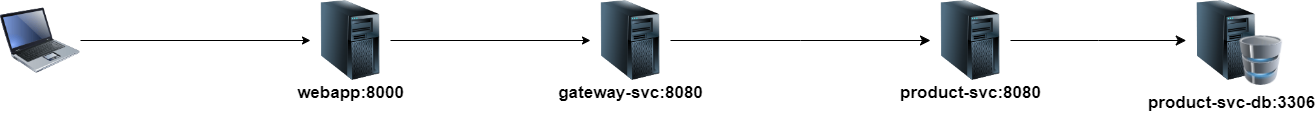
Above: docs/web-architecture-final.png in f3d-shop-microservices/main-repo (draw.io), before the change. Source tidied: cells renumbered, new cells last; positions are measured from the earlier drawing's top-left corner, leaving out a move shared by most shapes. Its diagram source:
```xml
<mxGraphModel>
  <root>
    <mxCell id="0" />
    <mxCell id="1" parent="0" />
    <mxCell id="2" style="edgeStyle=elbowEdgeStyle;elbow=horizontal;endArrow=classic;html=1;curved=0;rounded=0;endSize=8;startSize=8;exitX=1;exitY=0.5;exitDx=0;exitDy=0;entryX=0;entryY=0.5;entryDx=0;entryDy=0;" parent="1" edge="1" source="16" target="13">
      <mxGeometry relative="1" as="geometry" />
    </mxCell>
    <mxCell id="3" style="edgeStyle=elbowEdgeStyle;elbow=horizontal;endArrow=classic;html=1;curved=0;rounded=0;endSize=8;startSize=8;exitX=1;exitY=0.5;exitDx=0;exitDy=0;entryX=0;entryY=0.5;entryDx=0;entryDy=0;" parent="1" edge="1" source="13" target="8">
      <mxGeometry relative="1" as="geometry" />
    </mxCell>
    <mxCell id="4" style="edgeStyle=orthogonalEdgeStyle;rounded=0;jettySize=auto;html=1;entryX=0;entryY=0.5;entryDx=0;entryDy=0;" parent="1" edge="1" source="5" target="18">
      <mxGeometry relative="1" as="geometry" />
    </mxCell>
    <mxCell id="5" style="image;html=1;image=img/lib/clip_art/computers/Laptop_128x128.png;" parent="1" vertex="1">
      <mxGeometry width="80" height="80" as="geometry" />
    </mxCell>
    <mxCell id="6" style="edgeStyle=orthogonalEdgeStyle;rounded=0;jettySize=auto;html=1;exitX=1;exitY=0.5;exitDx=0;exitDy=0;entryX=0;entryY=0.5;entryDx=0;entryDy=0;" parent="1" edge="1" source="18" target="16">
      <mxGeometry relative="1" as="geometry" />
    </mxCell>
    <mxCell id="7" style="group;" parent="1" vertex="1">
      <mxGeometry x="1150" width="161.5" height="120" as="geometry" />
    </mxCell>
    <mxCell id="8" style="image;html=1;image=img/lib/clip_art/computers/Server_Tower_128x128.png;" parent="7" vertex="1">
      <mxGeometry x="35.8" width="80" height="80" as="geometry" />
    </mxCell>
    <mxCell id="9" style="image;html=1;image=img/lib/clip_art/computers/Database_128x128.png;" parent="7" vertex="1">
      <mxGeometry x="85.8" y="35" width="50" height="50" as="geometry" />
    </mxCell>
    <mxCell id="10" value="&lt;font style=&quot;font-size: 17px;&quot;&gt;product-svc-db:3306&lt;/font&gt;" style="text;strokeColor=none;fillColor=none;html=1;fontSize=24;fontStyle=1;verticalAlign=middle;align=center;" parent="7" vertex="1">
      <mxGeometry y="80" width="161.5" height="40" as="geometry" />
    </mxCell>
    <mxCell id="11" style="group;" parent="1" vertex="1">
      <mxGeometry x="889.2" width="161.5" height="110" as="geometry" />
    </mxCell>
    <mxCell id="12" value="&lt;font style=&quot;font-size: 17px;&quot;&gt;product-svc:8080&lt;/font&gt;" style="text;strokeColor=none;fillColor=none;html=1;fontSize=24;fontStyle=1;verticalAlign=middle;align=center;" parent="11" vertex="1">
      <mxGeometry y="70" width="161.5" height="40" as="geometry" />
    </mxCell>
    <mxCell id="13" style="image;html=1;image=img/lib/clip_art/computers/Server_Tower_128x128.png;" parent="11" vertex="1">
      <mxGeometry x="40.8" width="80" height="80" as="geometry" />
    </mxCell>
    <mxCell id="14" style="group;" parent="1" vertex="1">
      <mxGeometry x="549.2" width="161.5" height="110" as="geometry" />
    </mxCell>
    <mxCell id="15" value="&lt;font style=&quot;font-size: 17px;&quot;&gt;gateway-svc:8080&lt;/font&gt;" style="text;strokeColor=none;fillColor=none;html=1;fontSize=24;fontStyle=1;verticalAlign=middle;align=center;" parent="14" vertex="1">
      <mxGeometry y="70" width="161.5" height="40" as="geometry" />
    </mxCell>
    <mxCell id="16" style="image;html=1;image=img/lib/clip_art/computers/Server_Tower_128x128.png;" parent="14" vertex="1">
      <mxGeometry x="40.8" width="80" height="80" as="geometry" />
    </mxCell>
    <mxCell id="17" style="group;" parent="1" vertex="1">
      <mxGeometry x="288.5" width="123" height="110" as="geometry" />
    </mxCell>
    <mxCell id="18" style="image;html=1;image=img/lib/clip_art/computers/Server_Tower_128x128.png;" parent="17" vertex="1">
      <mxGeometry x="21.5" width="80" height="80" as="geometry" />
    </mxCell>
    <mxCell id="19" value="&lt;font style=&quot;font-size: 17px;&quot;&gt;webapp:8000&lt;/font&gt;" style="text;strokeColor=none;fillColor=none;html=1;fontSize=24;fontStyle=1;verticalAlign=middle;align=center;" parent="17" vertex="1">
      <mxGeometry y="70" width="123" height="40" as="geometry" />
    </mxCell>
  </root>
</mxGraphModel>
```
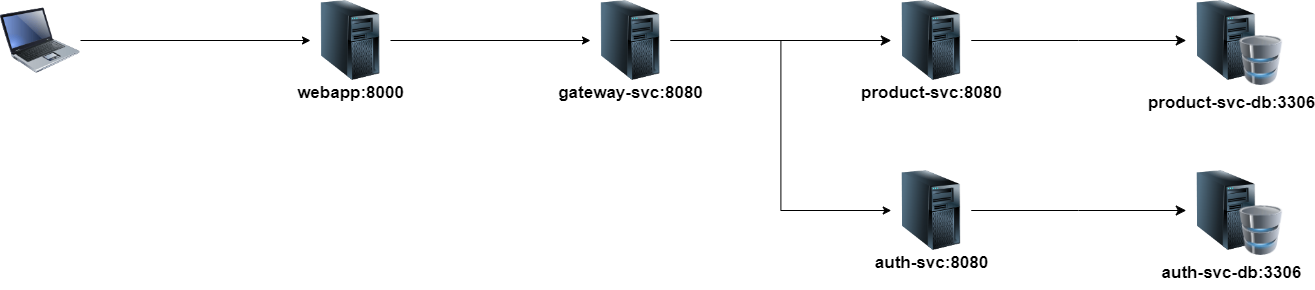
The same file after the commit.

Commit message:
Updated architecture diagram

The edit, as a diff of the source:
```diff
@@ -30,7 +30,7 @@
       <mxGeometry y="80" width="161.5" height="40" as="geometry" />
     </mxCell>
     <mxCell id="11" style="group;" parent="1" vertex="1">
-      <mxGeometry x="889.2" width="161.5" height="110" as="geometry" />
+      <mxGeometry x="850" width="161.5" height="110" as="geometry" />
     </mxCell>
     <mxCell id="12" value="&lt;font style=&quot;font-size: 17px;&quot;&gt;product-svc:8080&lt;/font&gt;" style="text;strokeColor=none;fillColor=none;html=1;fontSize=24;fontStyle=1;verticalAlign=middle;align=center;" parent="11" vertex="1">
       <mxGeometry y="70" width="161.5" height="40" as="geometry" />
@@ -56,5 +56,32 @@
     <mxCell id="19" value="&lt;font style=&quot;font-size: 17px;&quot;&gt;webapp:8000&lt;/font&gt;" style="text;strokeColor=none;fillColor=none;html=1;fontSize=24;fontStyle=1;verticalAlign=middle;align=center;" parent="17" vertex="1">
       <mxGeometry y="70" width="123" height="40" as="geometry" />
     </mxCell>
+    <mxCell id="20" style="edgeStyle=elbowEdgeStyle;elbow=horizontal;endArrow=classic;html=1;curved=0;rounded=0;endSize=8;startSize=8;exitX=1;exitY=0.5;exitDx=0;exitDy=0;entryX=0;entryY=0.5;entryDx=0;entryDy=0;" parent="1" edge="1" source="27" target="22">
+      <mxGeometry relative="1" as="geometry" />
+    </mxCell>
+    <mxCell id="21" style="group;" parent="1" vertex="1">
+      <mxGeometry x="1150" y="170" width="161.5" height="120" as="geometry" />
+    </mxCell>
+    <mxCell id="22" style="image;html=1;image=img/lib/clip_art/computers/Server_Tower_128x128.png;" parent="21" vertex="1">
+      <mxGeometry x="35.8" width="80" height="80" as="geometry" />
+    </mxCell>
+    <mxCell id="23" style="image;html=1;image=img/lib/clip_art/computers/Database_128x128.png;" parent="21" vertex="1">
+      <mxGeometry x="85.8" y="35" width="50" height="50" as="geometry" />
+    </mxCell>
+    <mxCell id="24" value="&lt;font style=&quot;font-size: 17px;&quot;&gt;auth-svc-db:3306&lt;/font&gt;" style="text;strokeColor=none;fillColor=none;html=1;fontSize=24;fontStyle=1;verticalAlign=middle;align=center;" parent="21" vertex="1">
+      <mxGeometry y="80" width="161.5" height="40" as="geometry" />
+    </mxCell>
+    <mxCell id="25" style="group;" parent="1" vertex="1">
+      <mxGeometry x="850" y="170" width="161.5" height="110" as="geometry" />
+    </mxCell>
+    <mxCell id="26" value="&lt;font style=&quot;font-size: 17px;&quot;&gt;auth-svc:8080&lt;/font&gt;" style="text;strokeColor=none;fillColor=none;html=1;fontSize=24;fontStyle=1;verticalAlign=middle;align=center;" parent="25" vertex="1">
+      <mxGeometry y="70" width="161.5" height="40" as="geometry" />
+    </mxCell>
+    <mxCell id="27" style="image;html=1;image=img/lib/clip_art/computers/Server_Tower_128x128.png;" parent="25" vertex="1">
+      <mxGeometry x="40.8" width="80" height="80" as="geometry" />
+    </mxCell>
+    <mxCell id="28" style="edgeStyle=orthogonalEdgeStyle;rounded=0;jettySize=auto;html=1;exitX=1;exitY=0.5;exitDx=0;exitDy=0;entryX=0;entryY=0.5;entryDx=0;entryDy=0;" parent="1" edge="1" source="16" target="27">
+      <mxGeometry relative="1" as="geometry" />
+    </mxCell>
   </root>
 </mxGraphModel>
```
